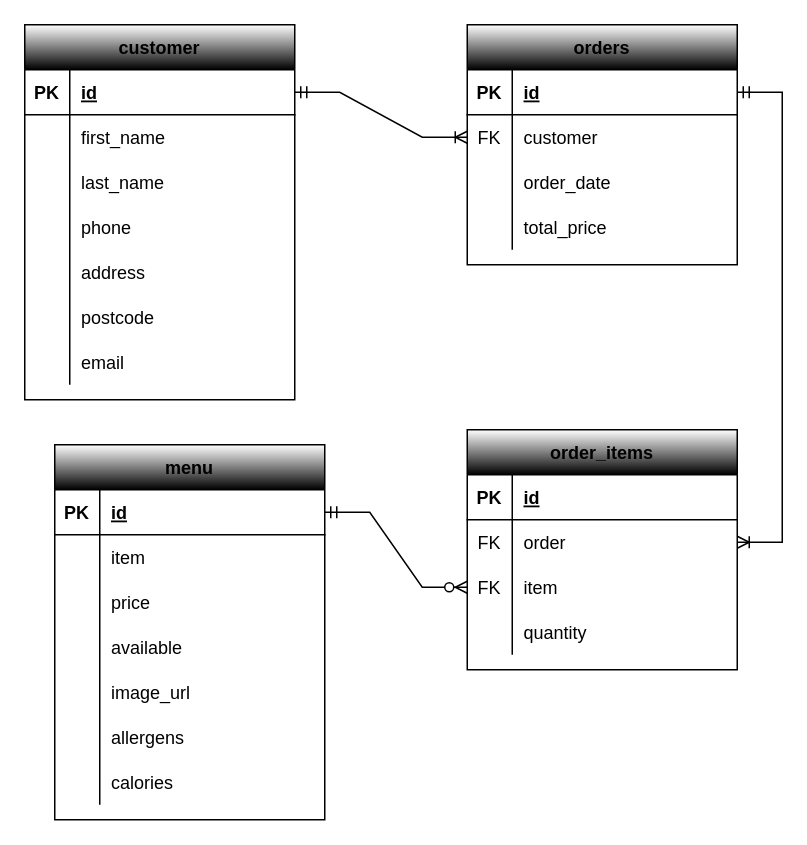
Earlier version of the draw.io diagram table_diagram.drawio (JonathanStewart2/mysql_tutorial). Source tidied: cells renumbered, new cells numbered last; positions are measured from the earlier drawing's top-left corner, leaving out a move shared by most shapes. Both pictures are drawn from the tidied source at 150%, with x=0, y=0 at pixel (24, 24).
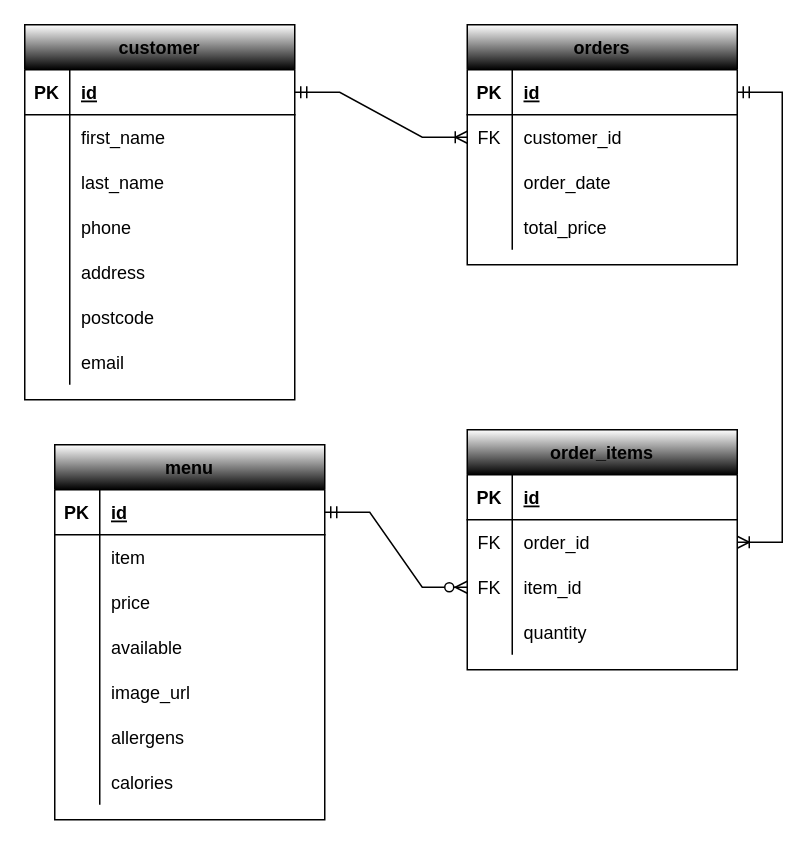
The same diagram, later.

Commit message (it also covers changes not shown here):
updating corrected sql file

Unchanged cells that the change refers to:
```xml
<mxCell id="50" style="shape=tableRow;horizontal=0;startSize=0;swimlaneHead=0;swimlaneBody=0;fillColor=none;points=[[0,0.5],[1,0.5]];portConstraint=eastwest;top=0;left=0;right=0;bottom=0;" parent="46" vertex="1">
  <mxGeometry y="60" width="180" height="30" as="geometry" />
</mxCell>
<mxCell id="63" style="shape=tableRow;horizontal=0;startSize=0;swimlaneHead=0;swimlaneBody=0;fillColor=none;points=[[0,0.5],[1,0.5]];portConstraint=eastwest;top=0;left=0;right=0;bottom=0;" parent="59" vertex="1">
  <mxGeometry y="60" width="180" height="30" as="geometry" />
</mxCell>
<mxCell id="66" style="shape=tableRow;horizontal=0;startSize=0;swimlaneHead=0;swimlaneBody=0;fillColor=none;points=[[0,0.5],[1,0.5]];portConstraint=eastwest;top=0;left=0;right=0;bottom=0;" parent="59" vertex="1">
  <mxGeometry y="90" width="180" height="30" as="geometry" />
</mxCell>
```

Diff of the diagram source:
```diff
@@
-    <mxCell id="52" value="customer" style="shape=partialRectangle;fillColor=none;top=0;left=0;bottom=0;right=0;align=left;spacingLeft=6;overflow=hidden;" parent="50" vertex="1">
+    <mxCell id="52" value="customer_id" style="shape=partialRectangle;fillColor=none;top=0;left=0;bottom=0;right=0;align=left;spacingLeft=6;overflow=hidden;" parent="50" vertex="1">
       <mxGeometry x="30" width="150" height="30" as="geometry" />
     </mxCell>
@@
-    <mxCell id="65" value="order" style="shape=partialRectangle;fillColor=none;top=0;left=0;bottom=0;right=0;align=left;spacingLeft=6;overflow=hidden;" parent="63" vertex="1">
+    <mxCell id="65" value="order_id" style="shape=partialRectangle;fillColor=none;top=0;left=0;bottom=0;right=0;align=left;spacingLeft=6;overflow=hidden;" parent="63" vertex="1">
       <mxGeometry x="30" width="150" height="30" as="geometry" />
     </mxCell>
@@
-    <mxCell id="68" value="item" style="shape=partialRectangle;fillColor=none;top=0;left=0;bottom=0;right=0;align=left;spacingLeft=6;overflow=hidden;" parent="66" vertex="1">
+    <mxCell id="68" value="item_id" style="shape=partialRectangle;fillColor=none;top=0;left=0;bottom=0;right=0;align=left;spacingLeft=6;overflow=hidden;" parent="66" vertex="1">
       <mxGeometry x="30" width="150" height="30" as="geometry" />
     </mxCell>
```
